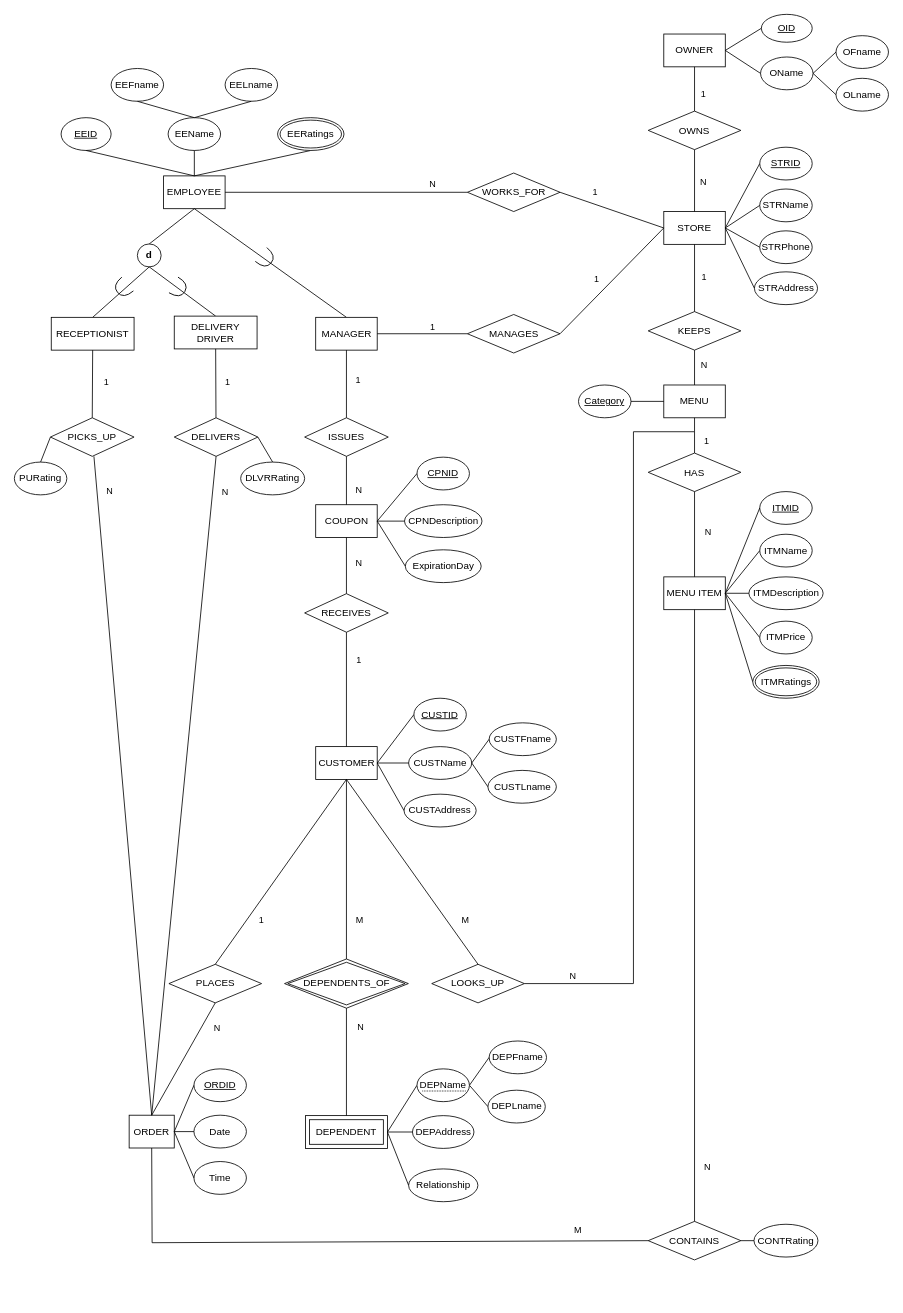
This is Enhanced Entity Relationship Diagram.drawio from hqiao8/Restaurant-Management-System, a draw.io file, before an edit. Source tidied: cells renumbered, new cells numbered last; positions are measured from the earlier drawing's top-left corner, leaving out a move shared by most shapes. Both pictures are drawn from the tidied source at 82%, with x=0, y=0 at pixel (14, 14).
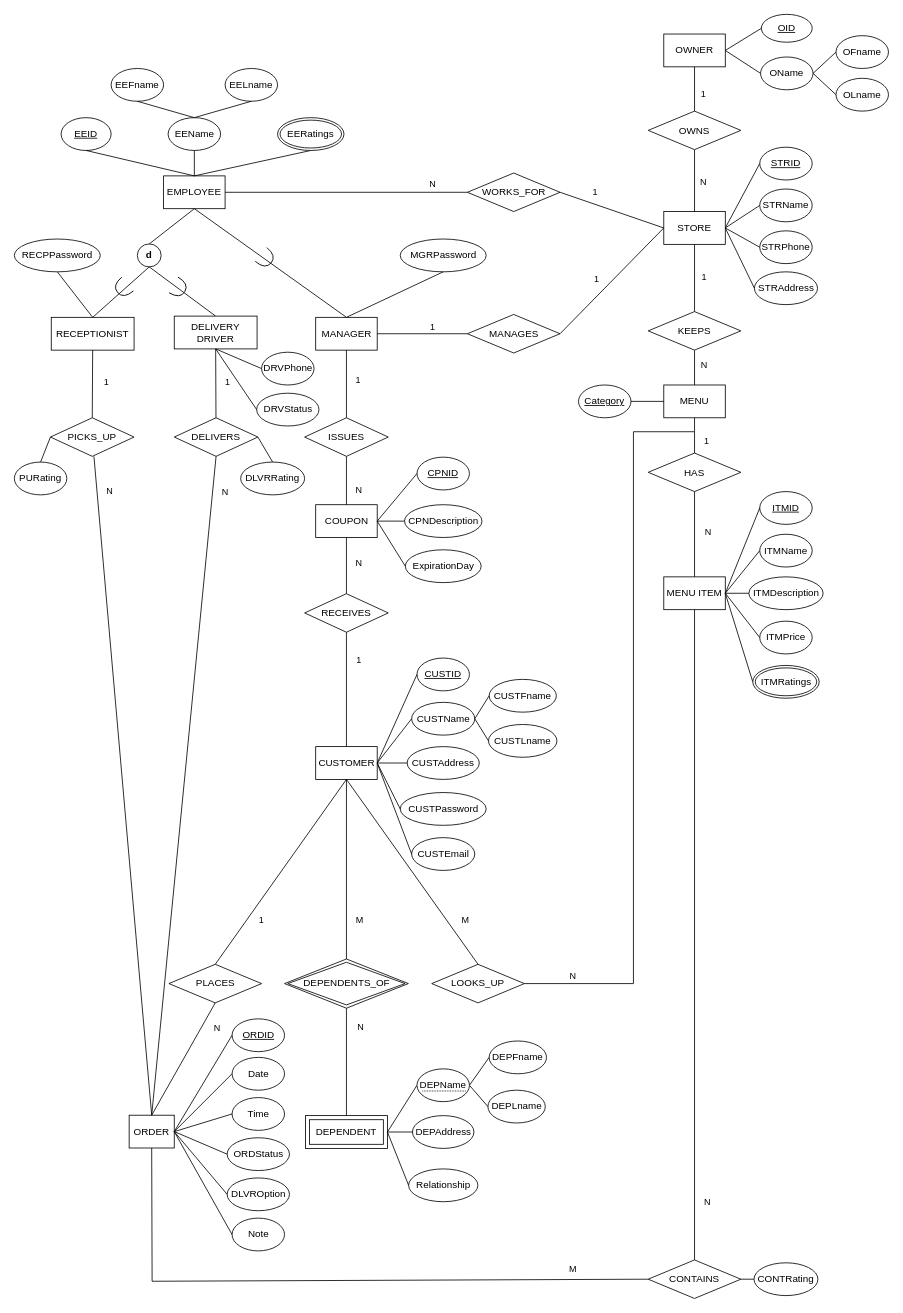
Above is the later version.

The change refers to these unchanged cells:
```xml
<mxCell id="20" value="RECEPTIONIST" style="whiteSpace=wrap;html=1;align=center;fillColor=default;" parent="1" vertex="1">
  <mxGeometry x="45" y="369.5" width="101" height="40" as="geometry" />
</mxCell>
<mxCell id="21" value="DELIVERY DRIVER" style="whiteSpace=wrap;html=1;align=center;fillColor=default;" parent="1" vertex="1">
  <mxGeometry x="195" y="368" width="101" height="40" as="geometry" />
</mxCell>
<mxCell id="22" value="MANAGER" style="whiteSpace=wrap;html=1;align=center;fillColor=default;" parent="1" vertex="1">
  <mxGeometry x="367.5" y="369.5" width="75" height="40" as="geometry" />
</mxCell>
<mxCell id="58" value="ORDER" style="whiteSpace=wrap;html=1;align=center;fillColor=default;" parent="1" vertex="1">
  <mxGeometry x="140" y="1342.5" width="55" height="40" as="geometry" />
</mxCell>
<mxCell id="72" value="CUSTOMER" style="whiteSpace=wrap;html=1;align=center;fillColor=default;" parent="1" vertex="1">
  <mxGeometry x="367.5" y="893" width="75" height="40" as="geometry" />
</mxCell>
```

Change to the diagram source:
```diff
@@
     <mxCell id="59" value="&lt;u&gt;ORDID&lt;/u&gt;" style="ellipse;whiteSpace=wrap;html=1;align=center;fillColor=default;gradientColor=none;" parent="1" vertex="1">
-      <mxGeometry x="219" y="1286" width="64" height="40" as="geometry" />
+      <mxGeometry x="265.5" y="1225" width="64" height="40" as="geometry" />
     </mxCell>
     <mxCell id="60" value="CONTAINS" style="shape=rhombus;perimeter=rhombusPerimeter;whiteSpace=wrap;html=1;align=center;fillColor=default;gradientColor=none;" parent="1" vertex="1">
-      <mxGeometry x="773" y="1472" width="113" height="47" as="geometry" />
+      <mxGeometry x="773" y="1519" width="113" height="47" as="geometry" />
     </mxCell>
@@
     <mxCell id="74" value="&lt;u&gt;CUSTID&lt;/u&gt;" style="ellipse;whiteSpace=wrap;html=1;align=center;fillColor=default;gradientColor=none;" parent="1" vertex="1">
-      <mxGeometry x="487.2" y="834" width="64" height="40" as="geometry" />
+      <mxGeometry x="491" y="785" width="64" height="40" as="geometry" />
     </mxCell>
     <mxCell id="75" value="CUSTName" style="ellipse;whiteSpace=wrap;html=1;align=center;fillColor=default;gradientColor=none;" parent="1" vertex="1">
-      <mxGeometry x="480.8" y="893" width="77" height="40" as="geometry" />
+      <mxGeometry x="484.5" y="839" width="77" height="40" as="geometry" />
     </mxCell>
     <mxCell id="76" value="CUSTFname" style="ellipse;whiteSpace=wrap;html=1;align=center;fillColor=default;gradientColor=none;" parent="1" vertex="1">
-      <mxGeometry x="579" y="864" width="82" height="40" as="geometry" />
+      <mxGeometry x="579" y="811" width="82" height="40" as="geometry" />
     </mxCell>
     <mxCell id="77" value="CUSTLname" style="ellipse;whiteSpace=wrap;html=1;align=center;fillColor=default;gradientColor=none;" parent="1" vertex="1">
-      <mxGeometry x="577.5" y="922" width="83.5" height="40" as="geometry" />
+      <mxGeometry x="578.2" y="866" width="83.5" height="40" as="geometry" />
     </mxCell>
@@
     <mxCell id="80" value="CUSTAddress" style="ellipse;whiteSpace=wrap;html=1;align=center;fillColor=default;gradientColor=none;" parent="1" vertex="1">
-      <mxGeometry x="475.2" y="951" width="88" height="40" as="geometry" />
+      <mxGeometry x="479" y="893" width="88" height="40" as="geometry" />
     </mxCell>
@@
     <mxCell id="97" value="Date" style="ellipse;whiteSpace=wrap;html=1;align=center;fillColor=default;gradientColor=none;" parent="1" vertex="1">
-      <mxGeometry x="219" y="1342.5" width="64" height="40" as="geometry" />
+      <mxGeometry x="265.5" y="1272" width="64" height="40" as="geometry" />
     </mxCell>
     <mxCell id="98" value="Time" style="ellipse;whiteSpace=wrap;html=1;align=center;fillColor=default;gradientColor=none;" parent="1" vertex="1">
-      <mxGeometry x="219" y="1399" width="64" height="40" as="geometry" />
+      <mxGeometry x="265.5" y="1321" width="64" height="40" as="geometry" />
     </mxCell>
@@
     <mxCell id="152" style="endArrow=none;html=1;rounded=0;exitX=0.5;exitY=1;exitDx=0;exitDy=0;entryX=0;entryY=0.5;entryDx=0;entryDy=0;" parent="1" edge="1" source="58" target="60">
       <mxGeometry relative="1" as="geometry">
         <Array as="points">
-          <mxPoint x="168" y="1498" />
+          <mxPoint x="168" y="1545" />
         </Array>
       </mxGeometry>
     </mxCell>
@@
     <mxCell id="159" value="CONTRating" style="ellipse;whiteSpace=wrap;html=1;align=center;fillColor=default;gradientColor=none;" parent="1" vertex="1">
-      <mxGeometry x="902" y="1475.5" width="78" height="40" as="geometry" />
+      <mxGeometry x="902" y="1522.5" width="78" height="40" as="geometry" />
     </mxCell>
@@
+    <mxCell id="163" value="CUSTEmail" style="ellipse;whiteSpace=wrap;html=1;align=center;fillColor=default;gradientColor=none;" parent="1" vertex="1">
+      <mxGeometry x="484.5" y="1004" width="77" height="40" as="geometry" />
+    </mxCell>
+    <mxCell id="164" value="CUSTPassword" style="ellipse;whiteSpace=wrap;html=1;align=center;fillColor=default;gradientColor=none;" parent="1" vertex="1">
+      <mxGeometry x="470.6" y="949" width="104.8" height="40" as="geometry" />
+    </mxCell>
+    <mxCell id="165" style="endArrow=none;html=1;rounded=0;exitX=0;exitY=0.5;exitDx=0;exitDy=0;entryX=1;entryY=0.5;entryDx=0;entryDy=0;" parent="1" edge="1" source="164" target="72">
+      <mxGeometry relative="1" as="geometry" />
+    </mxCell>
+    <mxCell id="166" style="endArrow=none;html=1;rounded=0;exitX=0;exitY=0.5;exitDx=0;exitDy=0;entryX=1;entryY=0.5;entryDx=0;entryDy=0;" parent="1" edge="1" source="163" target="72">
+      <mxGeometry relative="1" as="geometry" />
+    </mxCell>
+    <mxCell id="167" value="RECPPassword" style="ellipse;whiteSpace=wrap;html=1;align=center;fillColor=default;gradientColor=none;" parent="1" vertex="1">
+      <mxGeometry y="274" width="104.8" height="40" as="geometry" />
+    </mxCell>
+    <mxCell id="168" style="endArrow=none;html=1;rounded=0;exitX=0.5;exitY=1;exitDx=0;exitDy=0;entryX=0.5;entryY=0;entryDx=0;entryDy=0;" parent="1" edge="1" source="167" target="20">
+      <mxGeometry relative="1" as="geometry" />
+    </mxCell>
+    <mxCell id="169" value="MGRPassword" style="ellipse;whiteSpace=wrap;html=1;align=center;fillColor=default;gradientColor=none;" parent="1" vertex="1">
+      <mxGeometry x="470.6" y="274" width="104.8" height="40" as="geometry" />
+    </mxCell>
+    <mxCell id="170" style="endArrow=none;html=1;rounded=0;exitX=0.5;exitY=1;exitDx=0;exitDy=0;entryX=0.5;entryY=0;entryDx=0;entryDy=0;" parent="1" edge="1" source="169" target="22">
+      <mxGeometry relative="1" as="geometry" />
+    </mxCell>
+    <mxCell id="171" value="ORDStatus" style="ellipse;whiteSpace=wrap;html=1;align=center;fillColor=default;gradientColor=none;" parent="1" vertex="1">
+      <mxGeometry x="259.5" y="1370" width="76" height="40" as="geometry" />
+    </mxCell>
+    <mxCell id="172" style="endArrow=none;html=1;rounded=0;entryX=0;entryY=0.5;entryDx=0;entryDy=0;exitX=1;exitY=0.5;exitDx=0;exitDy=0;" parent="1" edge="1" source="58" target="171">
+      <mxGeometry relative="1" as="geometry" />
+    </mxCell>
+    <mxCell id="173" value="DLVROption" style="ellipse;whiteSpace=wrap;html=1;align=center;fillColor=default;gradientColor=none;" parent="1" vertex="1">
+      <mxGeometry x="259.5" y="1419" width="76" height="40" as="geometry" />
+    </mxCell>
+    <mxCell id="174" value="Note" style="ellipse;whiteSpace=wrap;html=1;align=center;fillColor=default;gradientColor=none;" parent="1" vertex="1">
+      <mxGeometry x="265.5" y="1468" width="64" height="40" as="geometry" />
+    </mxCell>
+    <mxCell id="175" style="endArrow=none;html=1;rounded=0;entryX=1;entryY=0.5;entryDx=0;entryDy=0;exitX=0;exitY=0.5;exitDx=0;exitDy=0;" parent="1" edge="1" source="173" target="58">
+      <mxGeometry relative="1" as="geometry" />
+    </mxCell>
+    <mxCell id="176" style="endArrow=none;html=1;rounded=0;entryX=0;entryY=0.5;entryDx=0;entryDy=0;exitX=1;exitY=0.5;exitDx=0;exitDy=0;" parent="1" edge="1" source="58" target="174">
+      <mxGeometry relative="1" as="geometry" />
+    </mxCell>
+    <mxCell id="177" value="DRVPhone" style="ellipse;whiteSpace=wrap;html=1;align=center;fillColor=default;gradientColor=none;" parent="1" vertex="1">
+      <mxGeometry x="301.5" y="412" width="64" height="40" as="geometry" />
+    </mxCell>
+    <mxCell id="178" value="DRVStatus" style="ellipse;whiteSpace=wrap;html=1;align=center;fillColor=default;gradientColor=none;" parent="1" vertex="1">
+      <mxGeometry x="295.5" y="462" width="76" height="40" as="geometry" />
+    </mxCell>
+    <mxCell id="179" style="endArrow=none;html=1;rounded=0;entryX=0.5;entryY=1;entryDx=0;entryDy=0;exitX=0;exitY=0.5;exitDx=0;exitDy=0;" parent="1" edge="1" source="177" target="21">
+      <mxGeometry relative="1" as="geometry" />
+    </mxCell>
+    <mxCell id="180" style="endArrow=none;html=1;rounded=0;entryX=0.5;entryY=1;entryDx=0;entryDy=0;exitX=0;exitY=0.5;exitDx=0;exitDy=0;" parent="1" edge="1" source="178" target="21">
+      <mxGeometry relative="1" as="geometry" />
+    </mxCell>
```
